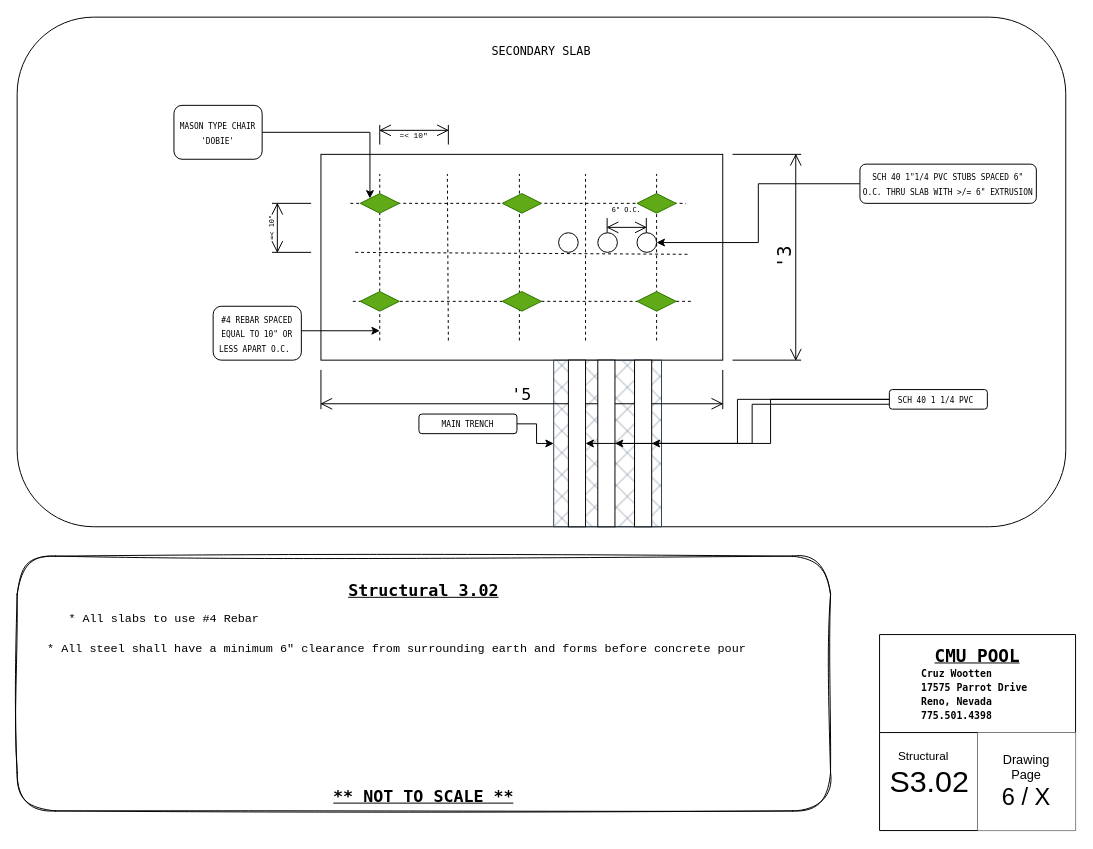
This is S302.drawio from LilWikipedia/parrotpool, a draw.io file, before an edit. Source tidied: cells renumbered, new cells numbered last; positions are measured from the earlier drawing's top-left corner, leaving out a move shared by most shapes. Both pictures are drawn from the tidied source at 98%, with x=0, y=0 at pixel (17, 17).
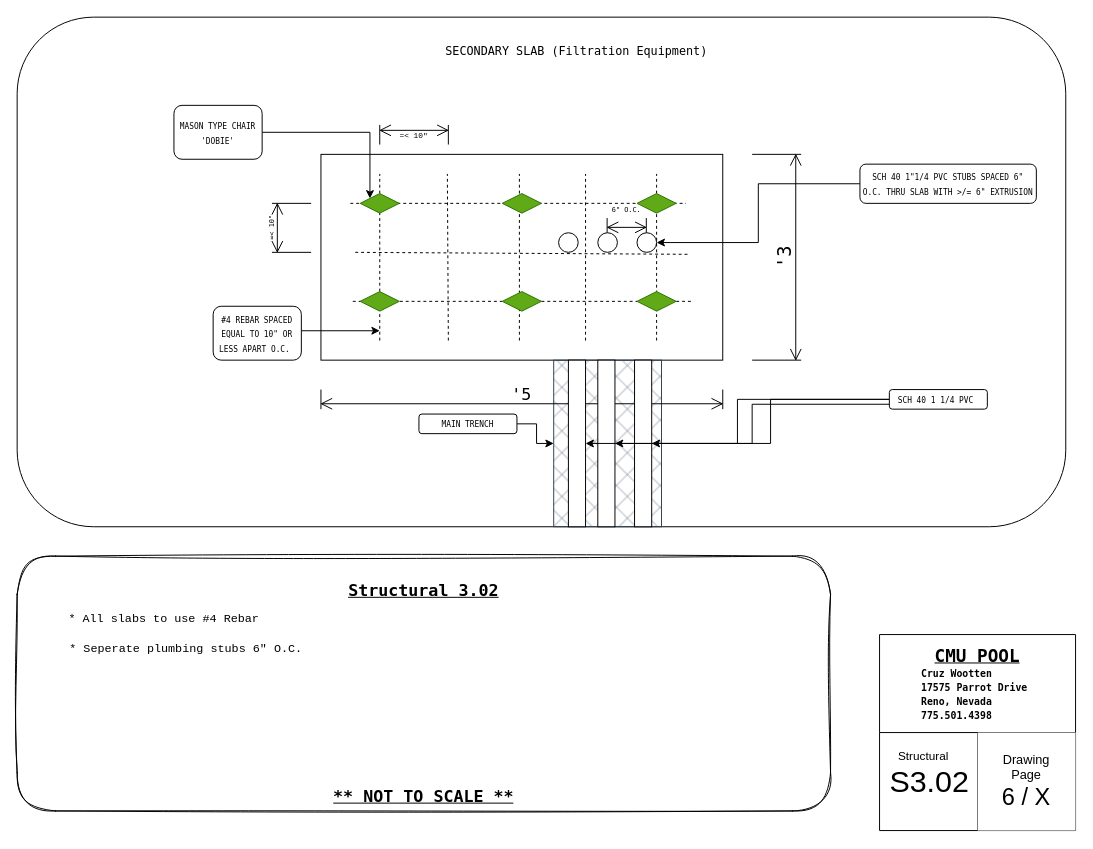
Above is the later version.

The edit, as a diff of the source:
```diff
@@
-    <mxCell id="12" value="&lt;pre&gt;* All steel shall have a minimum 6&quot; clearance from surrounding earth and forms before concrete pour&lt;/pre&gt;" style="text;html=1;align=center;verticalAlign=middle;whiteSpace=wrap;rounded=0;strokeColor=none;" parent="1" vertex="1">
-      <mxGeometry x="70" y="620" width="635" height="50" as="geometry" />
+    <mxCell id="12" value="&lt;pre&gt;* Seperate plumbing stubs 6&quot; O.C.&lt;/pre&gt;" style="text;html=1;align=center;verticalAlign=middle;whiteSpace=wrap;rounded=0;strokeColor=none;" parent="1" vertex="1">
+      <mxGeometry x="20" y="620" width="305" height="50" as="geometry" />
     </mxCell>
@@
-    <mxCell id="14" value="&lt;font face=&quot;Lucida Console&quot;&gt;SECONDARY SLAB&lt;/font&gt;" style="text;html=1;align=center;verticalAlign=middle;whiteSpace=wrap;rounded=0;" parent="1" vertex="1">
-      <mxGeometry x="440" y="20" width="190" height="30" as="geometry" />
+    <mxCell id="14" value="&lt;font face=&quot;Lucida Console&quot;&gt;SECONDARY SLAB (Filtration Equipment)&lt;/font&gt;" style="text;html=1;align=center;verticalAlign=middle;whiteSpace=wrap;rounded=0;" parent="1" vertex="1">
+      <mxGeometry x="406.2" y="20" width="330" height="30" as="geometry" />
     </mxCell>
@@
     <mxCell id="16" value="&lt;font face=&quot;Lucida Console&quot; style=&quot;font-size: 19px;&quot;&gt;'3&lt;/font&gt;" style="shape=dimension;direction=north;whiteSpace=wrap;html=1;align=center;verticalAlign=bottom;labelBackgroundColor=none;horizontal=0;spacingBottom=3;" parent="1" vertex="1">
-      <mxGeometry x="730" y="140" width="70" height="210" as="geometry" />
+      <mxGeometry x="750" y="140" width="50" height="210" as="geometry" />
     </mxCell>
@@
     <mxCell id="49" value="&lt;font face=&quot;Lucida Console&quot; style=&quot;font-size: 17px;&quot;&gt;'5&lt;/font&gt;" style="shape=dimension;whiteSpace=wrap;html=1;align=center;verticalAlign=bottom;spacingBottom=3;labelBackgroundColor=none;" parent="1" vertex="1">
-      <mxGeometry x="310" y="360" width="410" height="40" as="geometry" />
+      <mxGeometry x="310" y="380" width="410" height="20" as="geometry" />
     </mxCell>
```
